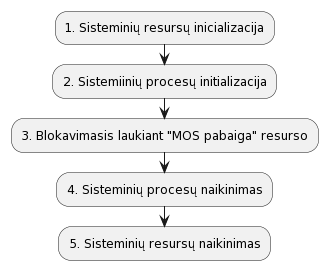
Earlier version of the PlantUML export aprasymas2/img/StartStop.png (Mdominykas/OS). Source of this version:
```plantuml
@startuml
:1. Sisteminių resursų inicializacija;
:2. Sistemiinių procesų initializacija;
:3. Blokavimasis laukiant "MOS pabaiga" resurso;
:4. Sisteminių procesų naikinimas;
:5. Sisteminių resursų naikinimas;
@enduml
```
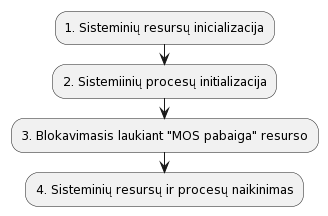
After the commit.

The edit, as a diff of the source:
```diff
@@ -2,6 +2,5 @@
 :1. Sisteminių resursų inicializacija;
 :2. Sistemiinių procesų initializacija;
 :3. Blokavimasis laukiant "MOS pabaiga" resurso;
-:4. Sisteminių procesų naikinimas;
-:5. Sisteminių resursų naikinimas;
+:4. Sisteminių resursų ir procesų naikinimas;
 @enduml
```
